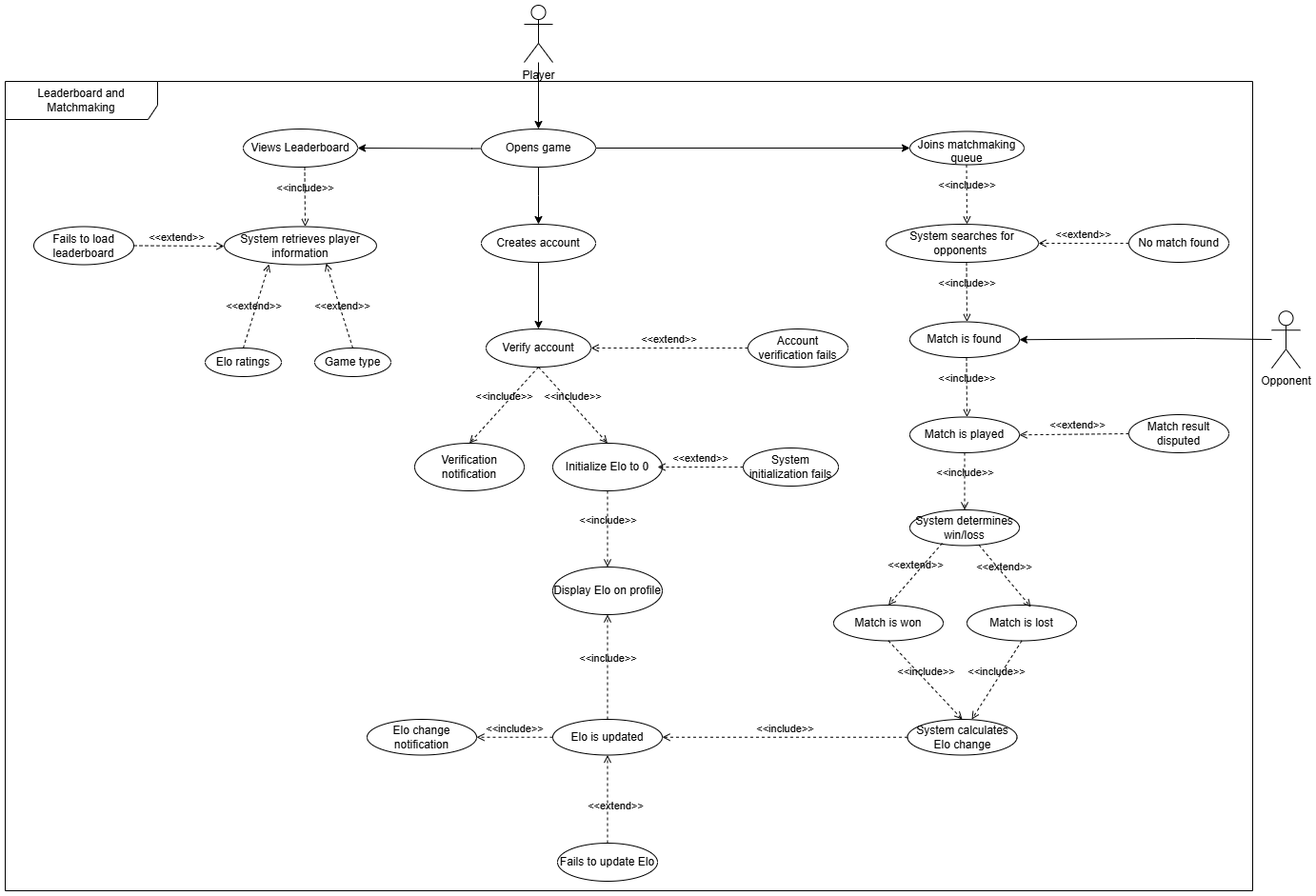
The draw.io diagram Use Cases/LeaderboardUseCaseDiagram.png in aeMyst/Minigame-Portal, before a commit. Source tidied: cells renumbered, new cells last; positions are measured from the earlier drawing's top-left corner, leaving out a move shared by most shapes.
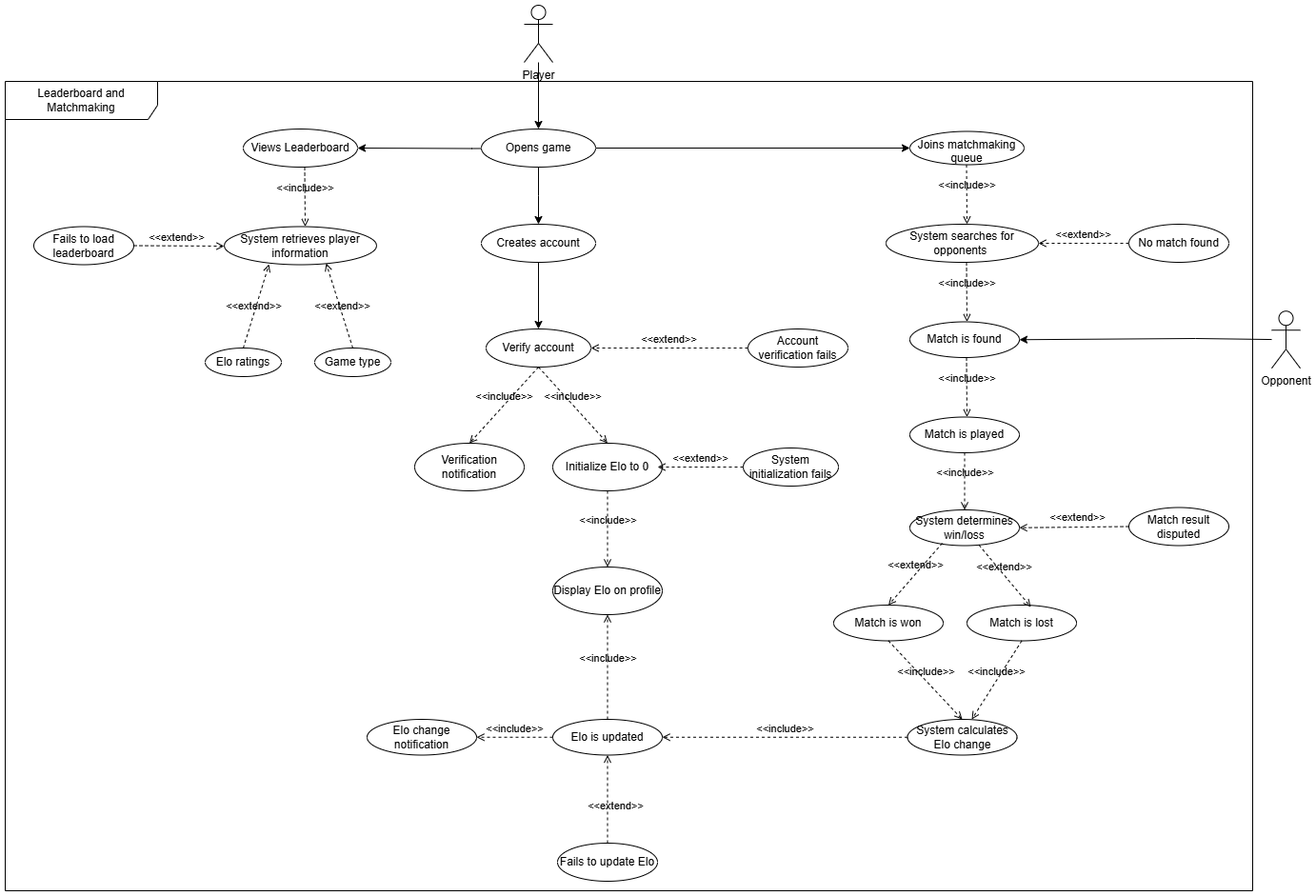
After the change.

Commit message:
minor use case diagram change

Diff of the diagram source:
```diff
@@ -122,10 +122,12 @@
       <mxGeometry x="1010" y="630" width="115" height="37.5" as="geometry" />
     </mxCell>
     <mxCell id="36" value="Match result disputed" style="ellipse;whiteSpace=wrap;html=1;" parent="1" vertex="1">
-      <mxGeometry x="1180" y="430" width="105" height="40" as="geometry" />
+      <mxGeometry x="1180" y="527.5" width="105" height="40" as="geometry" />
     </mxCell>
-    <mxCell id="37" value="&amp;lt;&amp;lt;extend&amp;gt;&amp;gt;" style="html=1;verticalAlign=bottom;labelBackgroundColor=none;endArrow=open;endFill=0;dashed=1;rounded=0;exitX=0;exitY=0.5;exitDx=0;exitDy=0;entryX=1;entryY=0.5;entryDx=0;entryDy=0;" parent="1" edge="1" source="36" target="31">
-      <mxGeometry x="-0.06" y="-1" relative="1" as="geometry" />
+    <mxCell id="37" value="&amp;lt;&amp;lt;extend&amp;gt;&amp;gt;" style="html=1;verticalAlign=bottom;labelBackgroundColor=none;endArrow=open;endFill=0;dashed=1;rounded=0;exitX=0;exitY=0.5;exitDx=0;exitDy=0;entryX=1;entryY=0.5;entryDx=0;entryDy=0;" parent="1" edge="1" source="36">
+      <mxGeometry x="-0.06" y="-1" relative="1" as="geometry">
+        <mxPoint x="1065" y="548.8" as="targetPoint" />
+      </mxGeometry>
     </mxCell>
     <mxCell id="38" value="Match is won" style="ellipse;whiteSpace=wrap;html=1;" parent="1" vertex="1">
       <mxGeometry x="870" y="630" width="115" height="37.5" as="geometry" />
```
